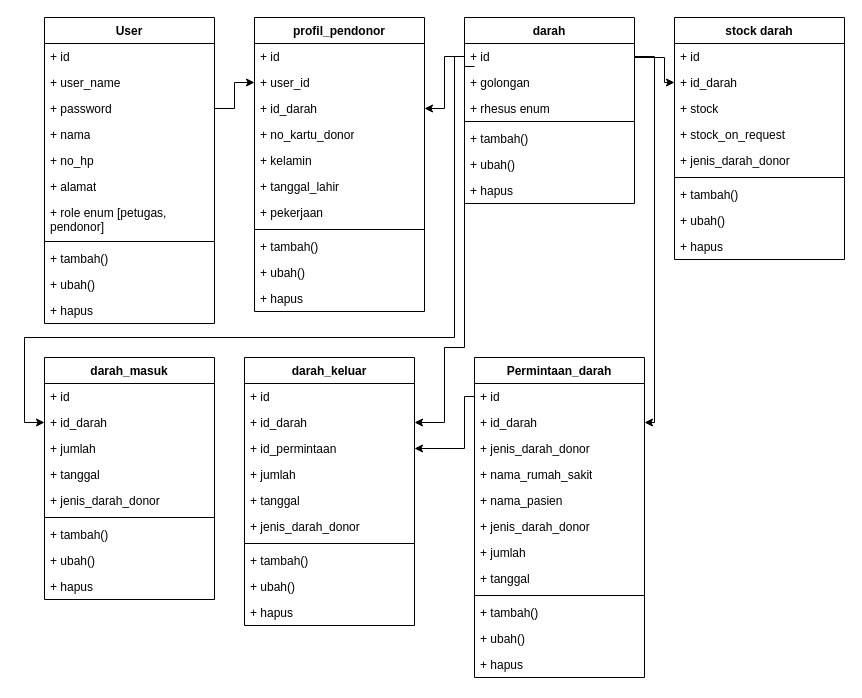
The draw.io diagram page "class-diagram" (16 of 24) of Untitled Diagram.drawio in afdikomayte/UDD-PMI-blood-donation-service, before the edit. Source tidied: cells renumbered, new cells numbered last; positions are measured from the earlier drawing's top-left corner, leaving out a move shared by most shapes. Both pictures are drawn from the tidied source at 100%, with x=0, y=0 at pixel (24, 17).
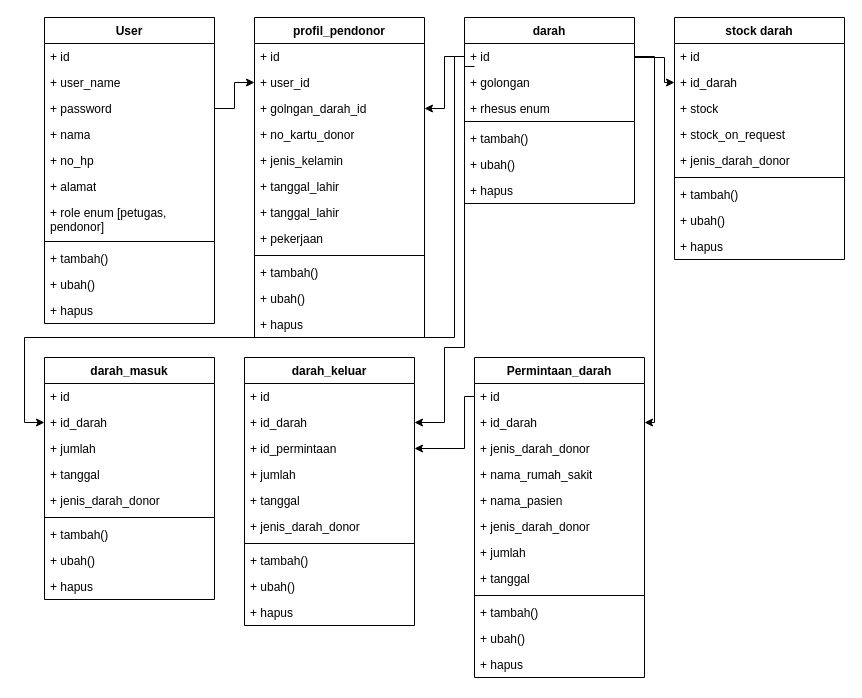
The same page after the edit.

What changed in the source:
```diff
@@
     <mxCell id="32" value="profil_pendonor" style="swimlane;fontStyle=1;align=center;verticalAlign=top;horizontal=1;startSize=26;whiteSpace=wrap;html=1;" parent="1" vertex="1">
-      <mxGeometry x="230" width="170" height="294" as="geometry" />
+      <mxGeometry x="230" width="170" height="320" as="geometry" />
     </mxCell>
@@
-    <mxCell id="35" value="+ id_darah" style="text;strokeColor=none;fillColor=none;align=left;verticalAlign=top;spacingLeft=4;spacingRight=4;overflow=hidden;points=[[0,0.5],[1,0.5]];portConstraint=eastwest;whiteSpace=wrap;html=1;" parent="32" vertex="1">
+    <mxCell id="35" value="+ golngan_darah_id" style="text;strokeColor=none;fillColor=none;align=left;verticalAlign=top;spacingLeft=4;spacingRight=4;overflow=hidden;points=[[0,0.5],[1,0.5]];portConstraint=eastwest;whiteSpace=wrap;html=1;" parent="32" vertex="1">
       <mxGeometry y="78" width="170" height="26" as="geometry" />
     </mxCell>
@@
-    <mxCell id="37" value="+ kelamin" style="text;strokeColor=none;fillColor=none;align=left;verticalAlign=top;spacingLeft=4;spacingRight=4;overflow=hidden;whiteSpace=wrap;html=1;" parent="32" vertex="1">
+    <mxCell id="37" value="+ jenis_kelamin" style="text;strokeColor=none;fillColor=none;align=left;verticalAlign=top;spacingLeft=4;spacingRight=4;overflow=hidden;whiteSpace=wrap;html=1;" parent="32" vertex="1">
       <mxGeometry y="130" width="170" height="26" as="geometry" />
     </mxCell>
+    <mxCell id="85" value="+ tanggal_lahir" style="text;strokeColor=none;fillColor=none;align=left;verticalAlign=top;spacingLeft=4;spacingRight=4;overflow=hidden;whiteSpace=wrap;html=1;" parent="32" vertex="1">
+      <mxGeometry y="156" width="170" height="26" as="geometry" />
+    </mxCell>
     <mxCell id="38" value="+ tanggal_lahir" style="text;strokeColor=none;fillColor=none;align=left;verticalAlign=top;spacingLeft=4;spacingRight=4;overflow=hidden;whiteSpace=wrap;html=1;" parent="32" vertex="1">
-      <mxGeometry y="156" width="170" height="26" as="geometry" />
+      <mxGeometry y="182" width="170" height="26" as="geometry" />
     </mxCell>
     <mxCell id="39" value="+ pekerjaan" style="text;strokeColor=none;fillColor=none;align=left;verticalAlign=top;spacingLeft=4;spacingRight=4;overflow=hidden;whiteSpace=wrap;html=1;" parent="32" vertex="1">
-      <mxGeometry y="182" width="170" height="26" as="geometry" />
+      <mxGeometry y="208" width="170" height="26" as="geometry" />
     </mxCell>
     <mxCell id="40" style="line;strokeWidth=1;fillColor=none;align=left;verticalAlign=middle;spacingTop=-1;spacingLeft=3;spacingRight=3;labelPosition=right;strokeColor=inherit;" parent="32" vertex="1">
-      <mxGeometry y="208" width="170" height="8" as="geometry" />
+      <mxGeometry y="234" width="170" height="8" as="geometry" />
     </mxCell>
     <mxCell id="41" value="+ tambah()" style="text;strokeColor=none;fillColor=none;align=left;verticalAlign=top;spacingLeft=4;spacingRight=4;overflow=hidden;whiteSpace=wrap;html=1;" parent="32" vertex="1">
-      <mxGeometry y="216" width="170" height="26" as="geometry" />
+      <mxGeometry y="242" width="170" height="26" as="geometry" />
     </mxCell>
     <mxCell id="42" value="+ ubah()" style="text;strokeColor=none;fillColor=none;align=left;verticalAlign=top;spacingLeft=4;spacingRight=4;overflow=hidden;whiteSpace=wrap;html=1;" parent="32" vertex="1">
-      <mxGeometry y="242" width="170" height="26" as="geometry" />
+      <mxGeometry y="268" width="170" height="26" as="geometry" />
     </mxCell>
     <mxCell id="43" value="+ hapus" style="text;strokeColor=none;fillColor=none;align=left;verticalAlign=top;spacingLeft=4;spacingRight=4;overflow=hidden;whiteSpace=wrap;html=1;" parent="32" vertex="1">
-      <mxGeometry y="268" width="170" height="26" as="geometry" />
+      <mxGeometry y="294" width="170" height="26" as="geometry" />
     </mxCell>
```
